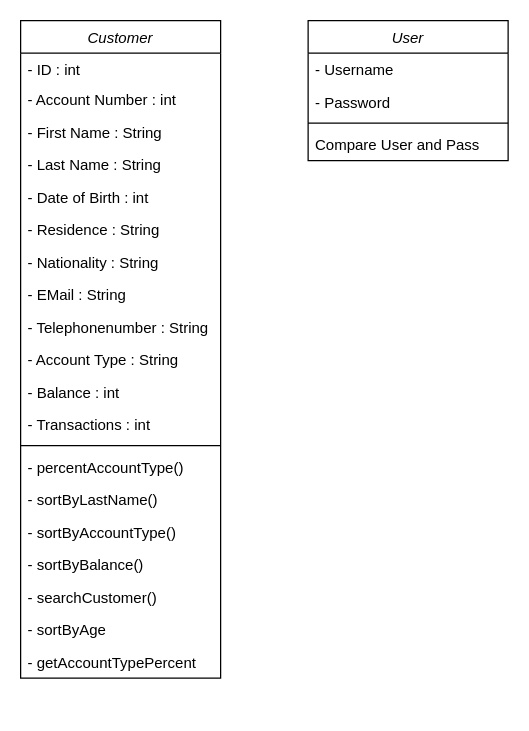
Earlier version of the draw.io diagram C24ExamAssignmentTobiJoshi.drawio (GreenSqu1rrel/c24ExamAssignmentTobiJoshi). Source tidied: cells renumbered, new cells numbered last; positions are measured from the earlier drawing's top-left corner, leaving out a move shared by most shapes. Both pictures are drawn from the tidied source at 125%, with x=0, y=0 at pixel (20, 20).
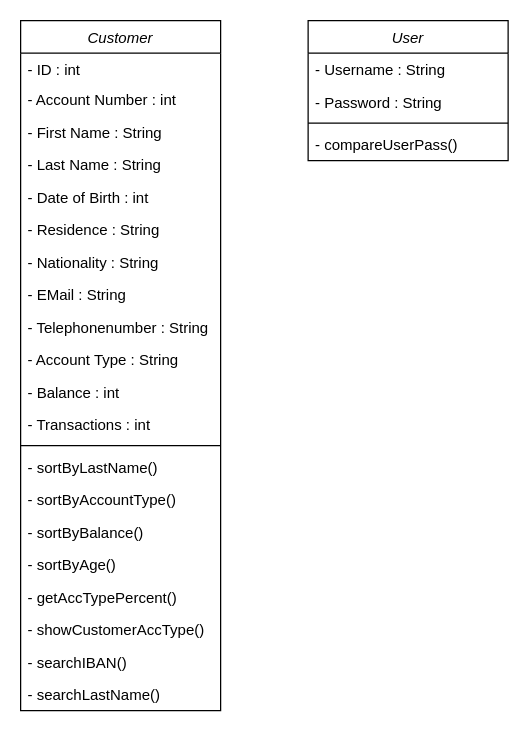
After the change.

The change refers to these unchanged cells:
```xml
<mxCell id="23" value="User" style="swimlane;fontStyle=2;align=center;verticalAlign=top;horizontal=1;startSize=26;rounded=0;shadow=0;strokeWidth=1;" parent="1" vertex="1">
  <mxGeometry x="230" width="160" height="112" as="geometry" />
</mxCell>
```

What changed in the source:
```diff
@@
     <mxCell id="2" value="Customer" style="swimlane;fontStyle=2;align=center;verticalAlign=top;horizontal=1;startSize=26;rounded=0;shadow=0;strokeWidth=1;" parent="1" vertex="1">
-      <mxGeometry width="160" height="526" as="geometry" />
+      <mxGeometry width="160" height="552" as="geometry" />
     </mxCell>
@@
-    <mxCell id="16" value="- percentAccountType()" style="text;align=left;verticalAlign=top;spacingLeft=4;spacingRight=4;overflow=hidden;" parent="2" vertex="1">
-      <mxGeometry y="344" width="160" height="26" as="geometry" />
-    </mxCell>
     <mxCell id="17" value="- sortByLastName()" style="text;align=left;verticalAlign=top;spacingLeft=4;spacingRight=4;overflow=hidden;" parent="2" vertex="1">
-      <mxGeometry y="370" width="160" height="26" as="geometry" />
+      <mxGeometry y="344" width="160" height="26" as="geometry" />
     </mxCell>
     <mxCell id="18" value="- sortByAccountType()" style="text;strokeColor=none;fillColor=none;align=left;verticalAlign=top;spacingLeft=4;spacingRight=4;overflow=hidden;" parent="2" vertex="1">
-      <mxGeometry y="396" width="160" height="26" as="geometry" />
+      <mxGeometry y="370" width="160" height="26" as="geometry" />
     </mxCell>
     <mxCell id="19" value="- sortByBalance()" style="text;strokeColor=none;fillColor=none;align=left;verticalAlign=top;spacingLeft=4;spacingRight=4;overflow=hidden;" parent="2" vertex="1">
-      <mxGeometry y="422" width="160" height="26" as="geometry" />
+      <mxGeometry y="396" width="160" height="26" as="geometry" />
     </mxCell>
-    <mxCell id="20" value="- searchCustomer()" style="text;align=left;verticalAlign=top;spacingLeft=4;spacingRight=4;overflow=hidden;" parent="2" vertex="1">
-      <mxGeometry y="448" width="160" height="26" as="geometry" />
-    </mxCell>
-    <mxCell id="21" value="- sortByAge" style="text;strokeColor=none;fillColor=none;align=left;verticalAlign=top;spacingLeft=4;spacingRight=4;overflow=hidden;" parent="2" vertex="1">
-      <mxGeometry y="474" width="160" height="26" as="geometry" />
+    <mxCell id="21" value="- sortByAge()" style="text;strokeColor=none;fillColor=none;align=left;verticalAlign=top;spacingLeft=4;spacingRight=4;overflow=hidden;" parent="2" vertex="1">
+      <mxGeometry y="422" width="160" height="26" as="geometry" />
     </mxCell>
-    <mxCell id="22" value="- getAccountTypePercent" style="text;strokeColor=none;fillColor=none;align=left;verticalAlign=top;spacingLeft=4;spacingRight=4;overflow=hidden;" parent="2" vertex="1">
-      <mxGeometry y="500" width="160" height="26" as="geometry" />
+    <mxCell id="22" value="- getAccTypePercent()" style="text;strokeColor=none;fillColor=none;align=left;verticalAlign=top;spacingLeft=4;spacingRight=4;overflow=hidden;" parent="2" vertex="1">
+      <mxGeometry y="448" width="160" height="26" as="geometry" />
     </mxCell>
+    <mxCell id="28" value="- showCustomerAccType()" style="text;strokeColor=none;fillColor=none;align=left;verticalAlign=top;spacingLeft=4;spacingRight=4;overflow=hidden;" parent="2" vertex="1">
+      <mxGeometry y="474" width="160" height="26" as="geometry" />
+    </mxCell>
+    <mxCell id="29" value="- searchIBAN()" style="text;strokeColor=none;fillColor=none;align=left;verticalAlign=top;spacingLeft=4;spacingRight=4;overflow=hidden;" parent="2" vertex="1">
+      <mxGeometry y="500" width="160" height="26" as="geometry" />
+    </mxCell>
+    <mxCell id="30" value="- searchLastName()" style="text;strokeColor=none;fillColor=none;align=left;verticalAlign=top;spacingLeft=4;spacingRight=4;overflow=hidden;" parent="2" vertex="1">
+      <mxGeometry y="526" width="160" height="26" as="geometry" />
+    </mxCell>
@@
-    <mxCell id="24" value="- Username" style="text;align=left;verticalAlign=top;spacingLeft=4;spacingRight=4;overflow=hidden;rounded=0;shadow=0;html=0;" parent="23" vertex="1">
+    <mxCell id="24" value="- Username : String" style="text;align=left;verticalAlign=top;spacingLeft=4;spacingRight=4;overflow=hidden;rounded=0;shadow=0;html=0;" parent="23" vertex="1">
       <mxGeometry y="26" width="160" height="26" as="geometry" />
     </mxCell>
-    <mxCell id="25" value="- Password" style="text;align=left;verticalAlign=top;spacingLeft=4;spacingRight=4;overflow=hidden;rounded=0;shadow=0;html=0;" parent="23" vertex="1">
+    <mxCell id="25" value="- Password : String" style="text;align=left;verticalAlign=top;spacingLeft=4;spacingRight=4;overflow=hidden;rounded=0;shadow=0;html=0;" parent="23" vertex="1">
       <mxGeometry y="52" width="160" height="26" as="geometry" />
     </mxCell>
@@
-    <mxCell id="27" value="Compare User and Pass" style="text;align=left;verticalAlign=top;spacingLeft=4;spacingRight=4;overflow=hidden;" parent="23" vertex="1">
+    <mxCell id="27" value="- compareUserPass()" style="text;align=left;verticalAlign=top;spacingLeft=4;spacingRight=4;overflow=hidden;" parent="23" vertex="1">
       <mxGeometry y="86" width="160" height="26" as="geometry" />
     </mxCell>
```
